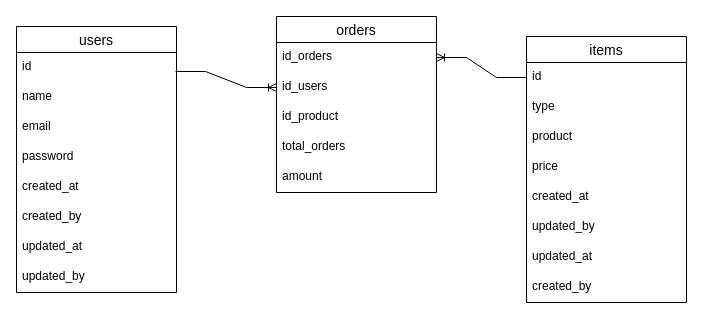
Above: Untitled Diagram.drawio in milhamramadhan17/flowchart-database (draw.io), before the change. Source tidied: cells renumbered, new cells numbered last; positions are measured from the earlier drawing's top-left corner, leaving out a move shared by most shapes. Both pictures are drawn from the tidied source at 100%, with x=0, y=0 at pixel (16, 16).
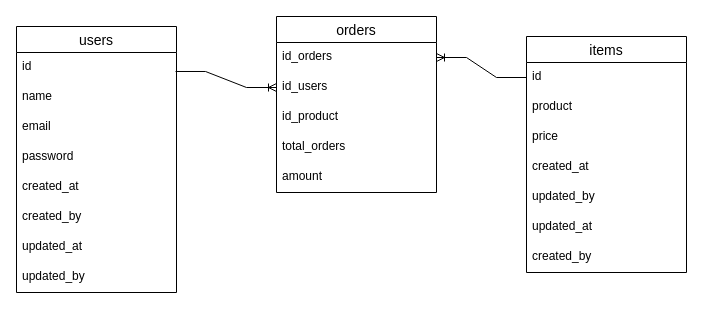
After the change.

Commit message:
ERD-Challenge-Gold-BinarAcademy (M. Ilham Ramadhan)

Change to the diagram source:
```diff
@@
     <mxCell id="2" value="items" style="swimlane;fontStyle=0;horizontal=1;startSize=26;align=center;fontSize=14;" parent="1" vertex="1">
-      <mxGeometry x="510" y="20" width="160" height="266" as="geometry" />
+      <mxGeometry x="510" y="20" width="160" height="236" as="geometry" />
     </mxCell>
@@
-    <mxCell id="4" value="type" style="text;strokeColor=none;fillColor=none;spacingLeft=4;spacingRight=4;overflow=hidden;fontSize=12;" parent="2" vertex="1">
-      <mxGeometry y="56" width="160" height="30" as="geometry" />
-    </mxCell>
     <mxCell id="5" value="product" style="text;strokeColor=none;fillColor=none;spacingLeft=4;spacingRight=4;overflow=hidden;fontSize=12;" parent="2" vertex="1">
-      <mxGeometry y="86" width="160" height="30" as="geometry" />
+      <mxGeometry y="56" width="160" height="30" as="geometry" />
     </mxCell>
     <mxCell id="6" value="price" style="text;strokeColor=none;fillColor=none;spacingLeft=4;spacingRight=4;overflow=hidden;fontSize=12;" parent="2" vertex="1">
-      <mxGeometry y="116" width="160" height="30" as="geometry" />
+      <mxGeometry y="86" width="160" height="30" as="geometry" />
     </mxCell>
     <mxCell id="7" value="created_at&#10;" style="text;strokeColor=none;fillColor=none;spacingLeft=4;spacingRight=4;overflow=hidden;fontSize=12;" parent="2" vertex="1">
-      <mxGeometry y="146" width="160" height="30" as="geometry" />
+      <mxGeometry y="116" width="160" height="30" as="geometry" />
     </mxCell>
     <mxCell id="8" value="updated_by" style="text;strokeColor=none;fillColor=none;spacingLeft=4;spacingRight=4;overflow=hidden;fontSize=12;" parent="2" vertex="1">
-      <mxGeometry y="176" width="160" height="30" as="geometry" />
+      <mxGeometry y="146" width="160" height="30" as="geometry" />
     </mxCell>
     <mxCell id="9" value="updated_at" style="text;strokeColor=none;fillColor=none;spacingLeft=4;spacingRight=4;overflow=hidden;fontSize=12;" parent="2" vertex="1">
-      <mxGeometry y="206" width="160" height="30" as="geometry" />
+      <mxGeometry y="176" width="160" height="30" as="geometry" />
     </mxCell>
     <mxCell id="10" value="created_by" style="text;strokeColor=none;fillColor=none;spacingLeft=4;spacingRight=4;overflow=hidden;fontSize=12;" parent="2" vertex="1">
-      <mxGeometry y="236" width="160" height="30" as="geometry" />
+      <mxGeometry y="206" width="160" height="30" as="geometry" />
     </mxCell>
```
